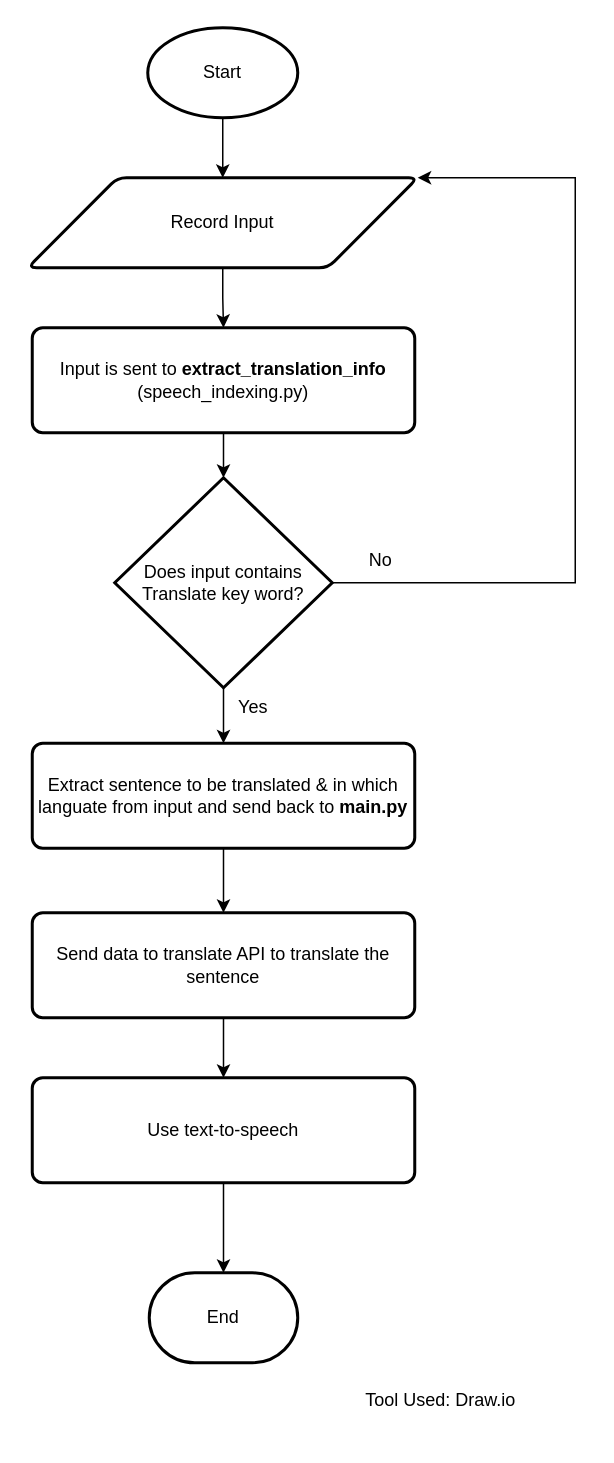
The draw.io diagram Diagrams/flow-chart.drawio in PranavDalvi/Multilingual-Communication-through-NLP-and-Speech-Recognition, before the edit. Source tidied: cells renumbered, new cells numbered last; positions are measured from the earlier drawing's top-left corner, leaving out a move shared by most shapes. Both pictures are drawn from the tidied source at 150%, with x=0, y=0 at pixel (27, 27).
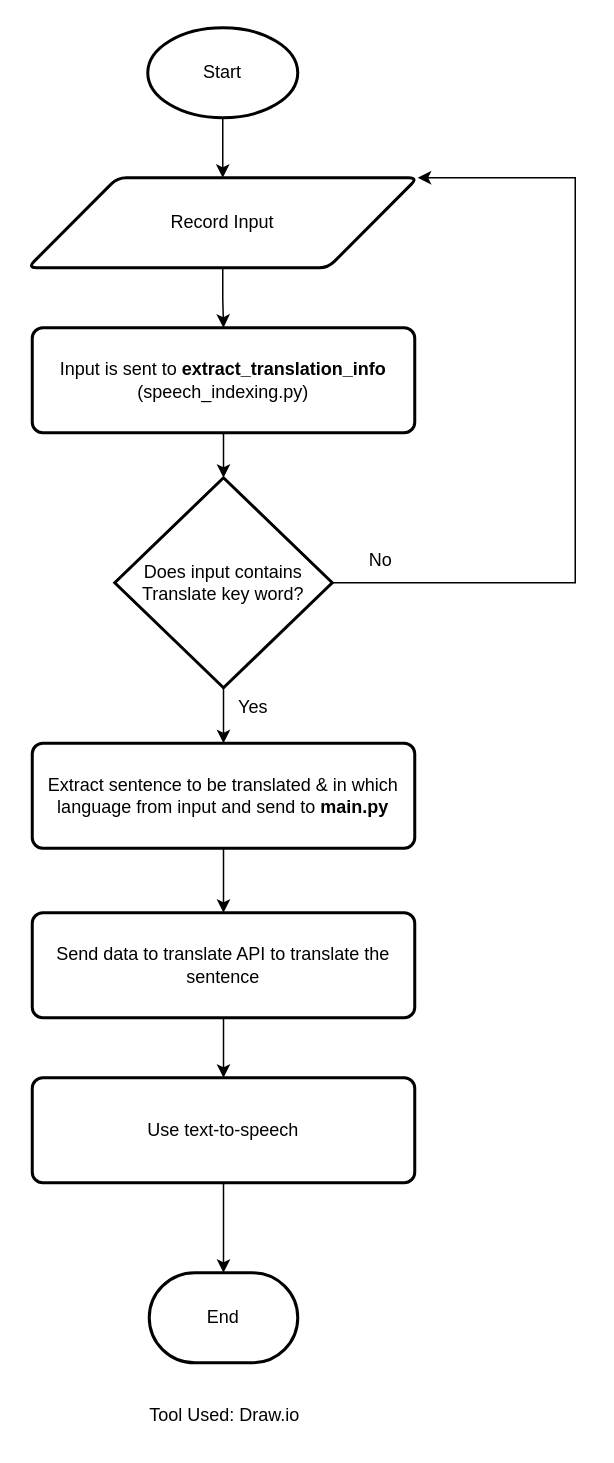
The same diagram, later.

What changed in the source:
```diff
@@
-    <mxCell id="11" value="Extract sentence to be translated &amp;amp; in which languate from input and send back to &lt;b&gt;main.py&lt;/b&gt;" style="rounded=1;whiteSpace=wrap;html=1;absoluteArcSize=1;arcSize=14;strokeWidth=2;" parent="1" vertex="1">
+    <mxCell id="11" value="Extract sentence to be translated &amp;amp; in which language from input and send to &lt;b&gt;main.py&lt;/b&gt;" style="rounded=1;whiteSpace=wrap;html=1;absoluteArcSize=1;arcSize=14;strokeWidth=2;" parent="1" vertex="1">
       <mxGeometry x="3" y="477" width="255" height="70" as="geometry" />
     </mxCell>
@@
     <mxCell id="20" value="Tool Used: Draw.io" style="text;html=1;align=center;verticalAlign=middle;strokeColor=none;fillColor=none;" parent="1" vertex="1">
-      <mxGeometry x="215" y="900" width="120" height="30" as="geometry" />
+      <mxGeometry x="70.5" y="910" width="120" height="30" as="geometry" />
     </mxCell>
```
